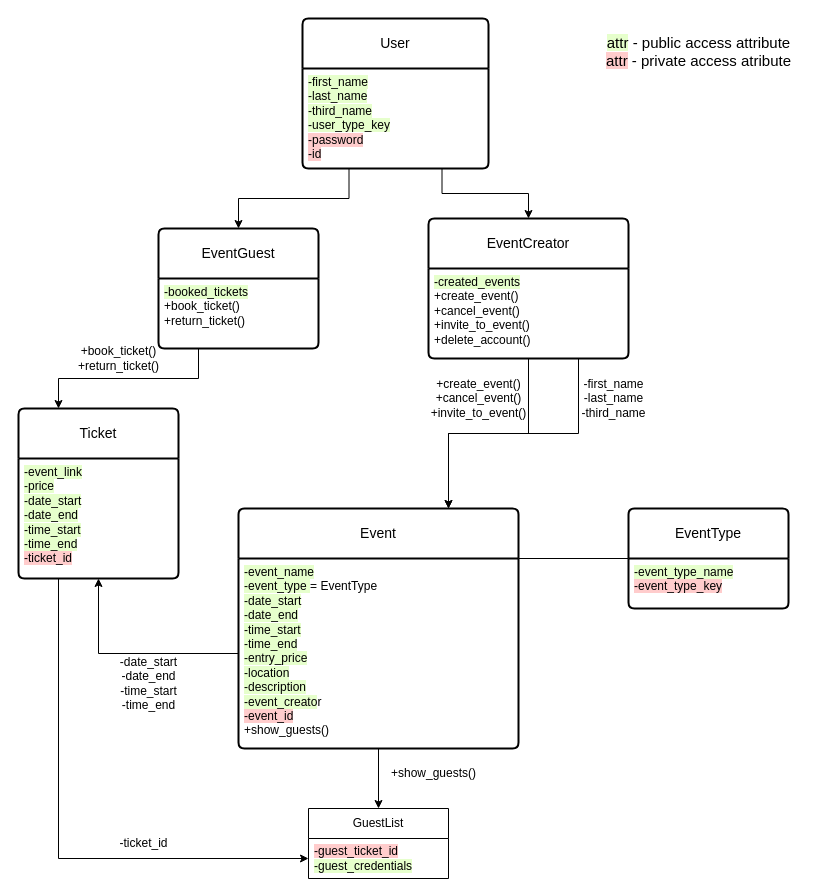
Earlier version of the draw.io diagram Class diagram(EventManager).drawio (DanMustDie/EventManager). Source tidied: cells renumbered, new cells numbered last; positions are measured from the earlier drawing's top-left corner, leaving out a move shared by most shapes. Both pictures are drawn from the tidied source at 100%, with x=0, y=0 at pixel (18, 18).
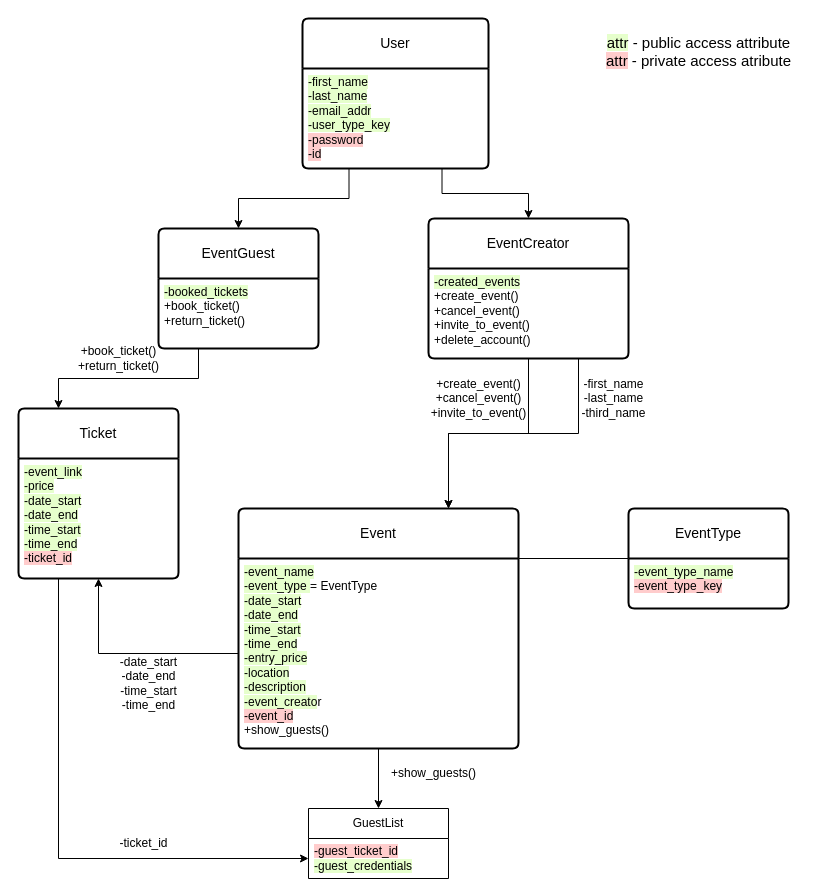
The same page after the edit.

Commit message (it also covers changes not shown here):
added basic architecture

The change refers to these unchanged cells:
```xml
<mxCell id="10" value="User" style="swimlane;horizontal=1;startSize=50;rounded=1;fontSize=14;fontStyle=0;strokeWidth=2;shadow=0;dashed=0;align=center;arcSize=4;whiteSpace=wrap;html=1;" parent="1" vertex="1">
  <mxGeometry x="284" width="186" height="150" as="geometry" />
</mxCell>
```

Change to the diagram source:
```diff
@@
-    <mxCell id="11" value="&lt;span style=&quot;background-color: rgb(230, 255, 204);&quot;&gt;-first_name&lt;/span&gt;&lt;div&gt;&lt;span style=&quot;background-color: rgb(230, 255, 204);&quot;&gt;-last_name&lt;/span&gt;&lt;/div&gt;&lt;div&gt;&lt;span style=&quot;background-color: rgb(230, 255, 204);&quot;&gt;-third_name&lt;br&gt;&lt;/span&gt;&lt;div&gt;&lt;span style=&quot;background-color: rgb(230, 255, 204);&quot;&gt;-user_type_key&lt;/span&gt;&lt;/div&gt;&lt;div&gt;&lt;span style=&quot;background-color: rgb(255, 204, 204);&quot;&gt;-password&lt;/span&gt;&lt;/div&gt;&lt;div&gt;&lt;span style=&quot;background-color: rgb(255, 204, 204);&quot;&gt;-id&lt;/span&gt;&lt;/div&gt;&lt;/div&gt;" style="align=left;strokeColor=none;fillColor=none;spacingLeft=4;fontSize=12;verticalAlign=top;html=1;" parent="10" vertex="1">
+    <mxCell id="11" value="&lt;span style=&quot;background-color: rgb(230, 255, 204);&quot;&gt;-first_name&lt;/span&gt;&lt;div&gt;&lt;span style=&quot;background-color: rgb(230, 255, 204);&quot;&gt;-last_name&lt;/span&gt;&lt;/div&gt;&lt;div&gt;&lt;span style=&quot;background-color: rgb(230, 255, 204);&quot;&gt;-email_addr&lt;br&gt;&lt;/span&gt;&lt;div&gt;&lt;span style=&quot;background-color: rgb(230, 255, 204);&quot;&gt;-user_type_key&lt;/span&gt;&lt;/div&gt;&lt;div&gt;&lt;span style=&quot;background-color: rgb(255, 204, 204);&quot;&gt;-password&lt;/span&gt;&lt;/div&gt;&lt;div&gt;&lt;span style=&quot;background-color: rgb(255, 204, 204);&quot;&gt;-id&lt;/span&gt;&lt;/div&gt;&lt;/div&gt;" style="align=left;strokeColor=none;fillColor=none;spacingLeft=4;fontSize=12;verticalAlign=top;html=1;" parent="10" vertex="1">
       <mxGeometry y="50" width="186" height="100" as="geometry" />
     </mxCell>
```
